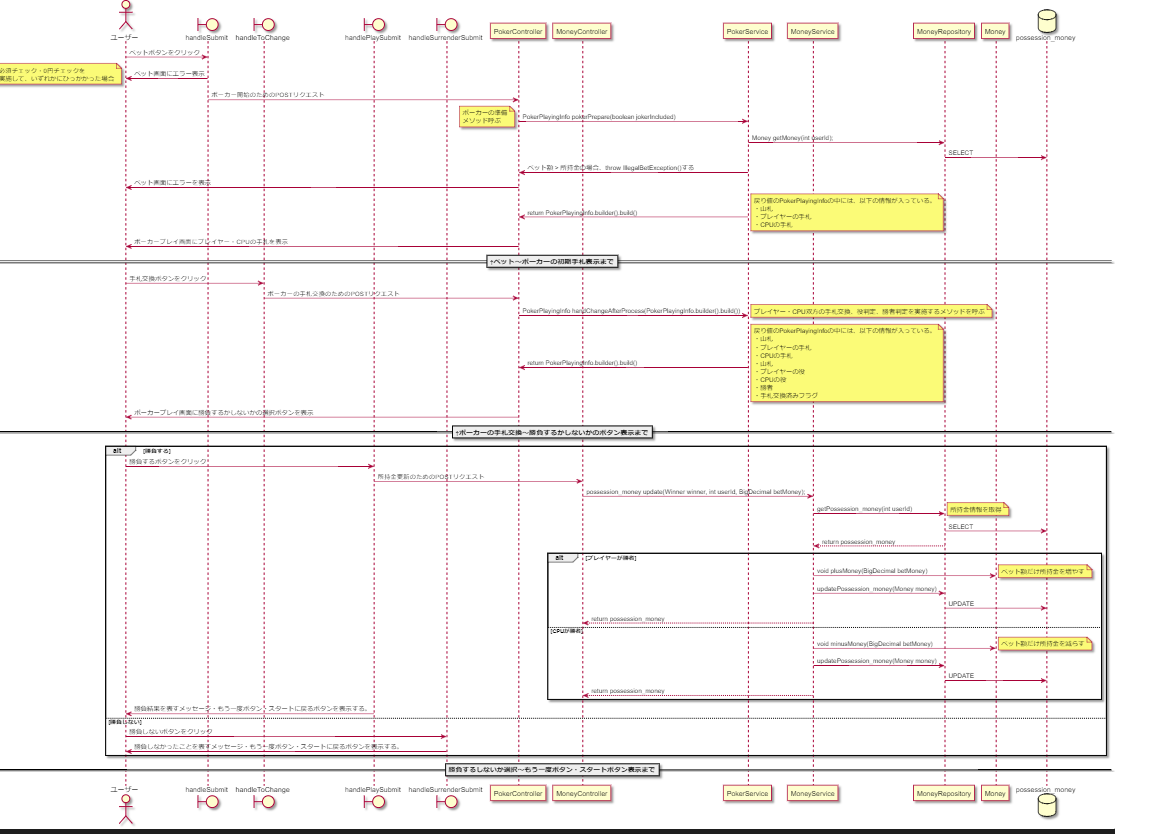
Earlier version of the PlantUML export docs/詳細設計/シーケンス図/ベット/ベットする(シーケンス図).png (CSTSCSTS/UserAp). Its source is kept beside it as docs/詳細設計/シーケンス図/ベット/ベットする(シーケンス図).puml.
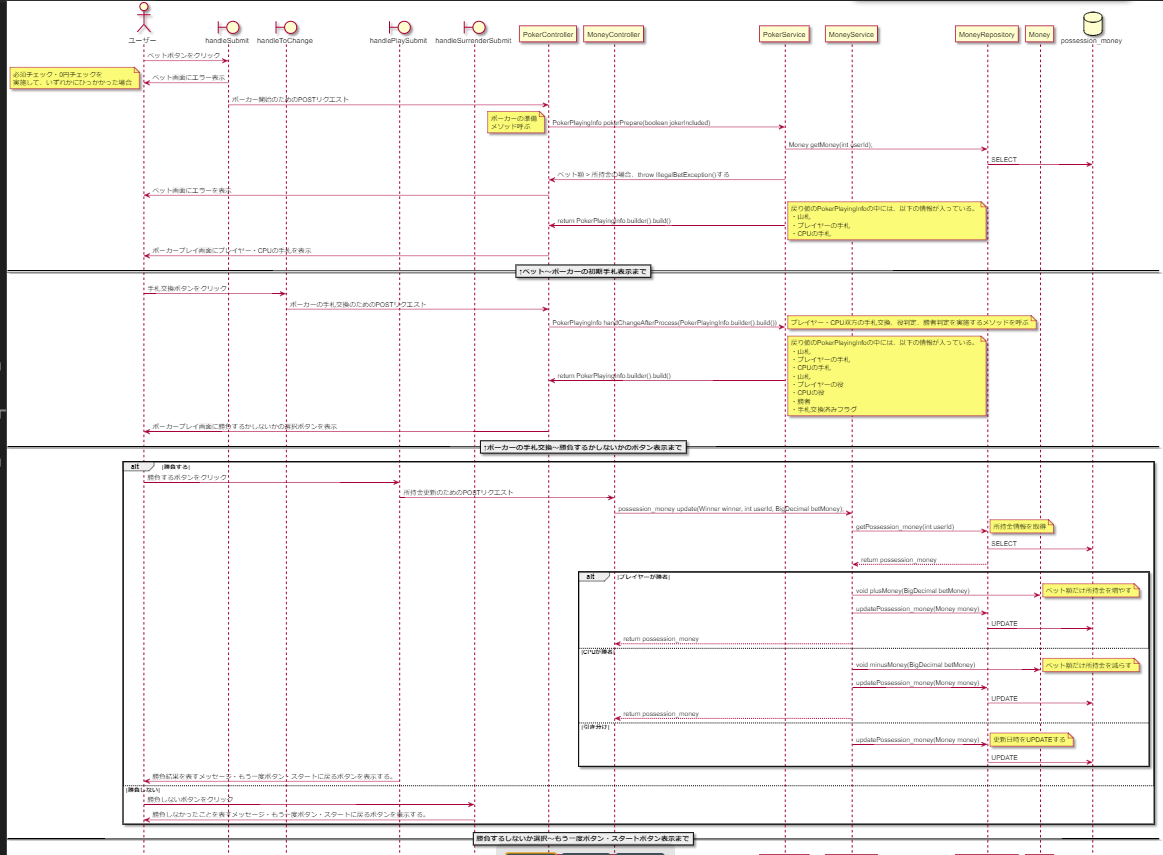
The same file after the commit.

Commit message:
ベットのシーケンス図に引き分けだった時の処理を追加

What changed in the source:
```diff
@@ -60,6 +60,10 @@
     MoneyService -> MoneyRepository : updatePossession_money(Money money)
     MoneyRepository -> possession_money : UPDATE
     MoneyService --> MoneyController : return possession_money
+  else 引き分け
+    MoneyService -> MoneyRepository : updatePossession_money(Money money)
+    note right : 更新日時をUPDATEする
+    MoneyRepository -> possession_money : UPDATE
   end
   handlePlaySubmit -> ユーザー : 勝負結果を表すメッセージ・もう一度ボタン・スタートに戻るボタンを表示する。
 else 勝負しない
```
